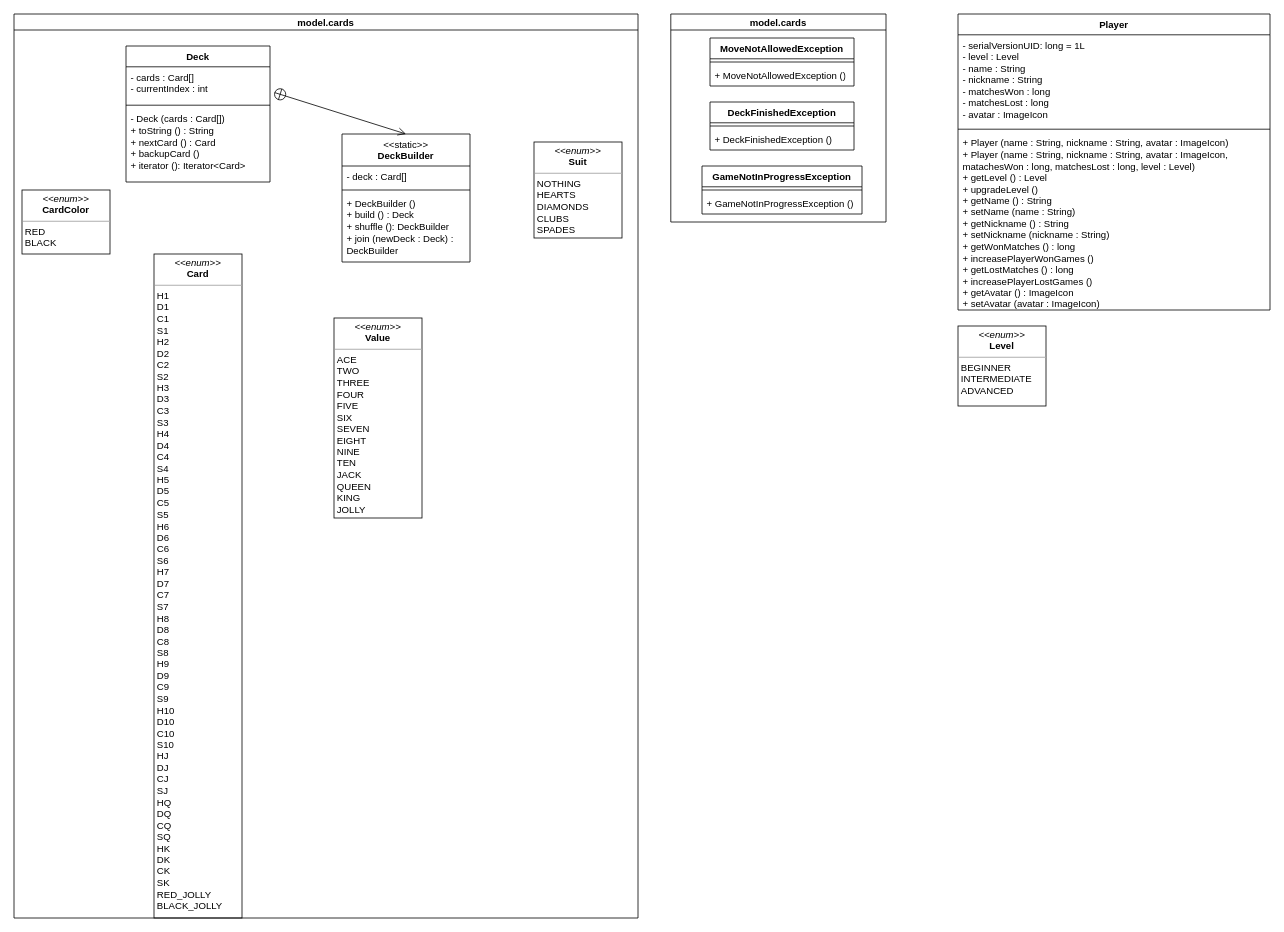
TommasoBruni/JTrash keeps this draw.io diagram as page "Model" (3 of 3) of JTrash.drawio. Above is the earlier version. Source tidied: cells renumbered, new cells numbered last; positions are measured from the earlier drawing's top-left corner, leaving out a move shared by most shapes. Both pictures are drawn from the tidied source at 80%, with x=0, y=0 at pixel (14, 14).
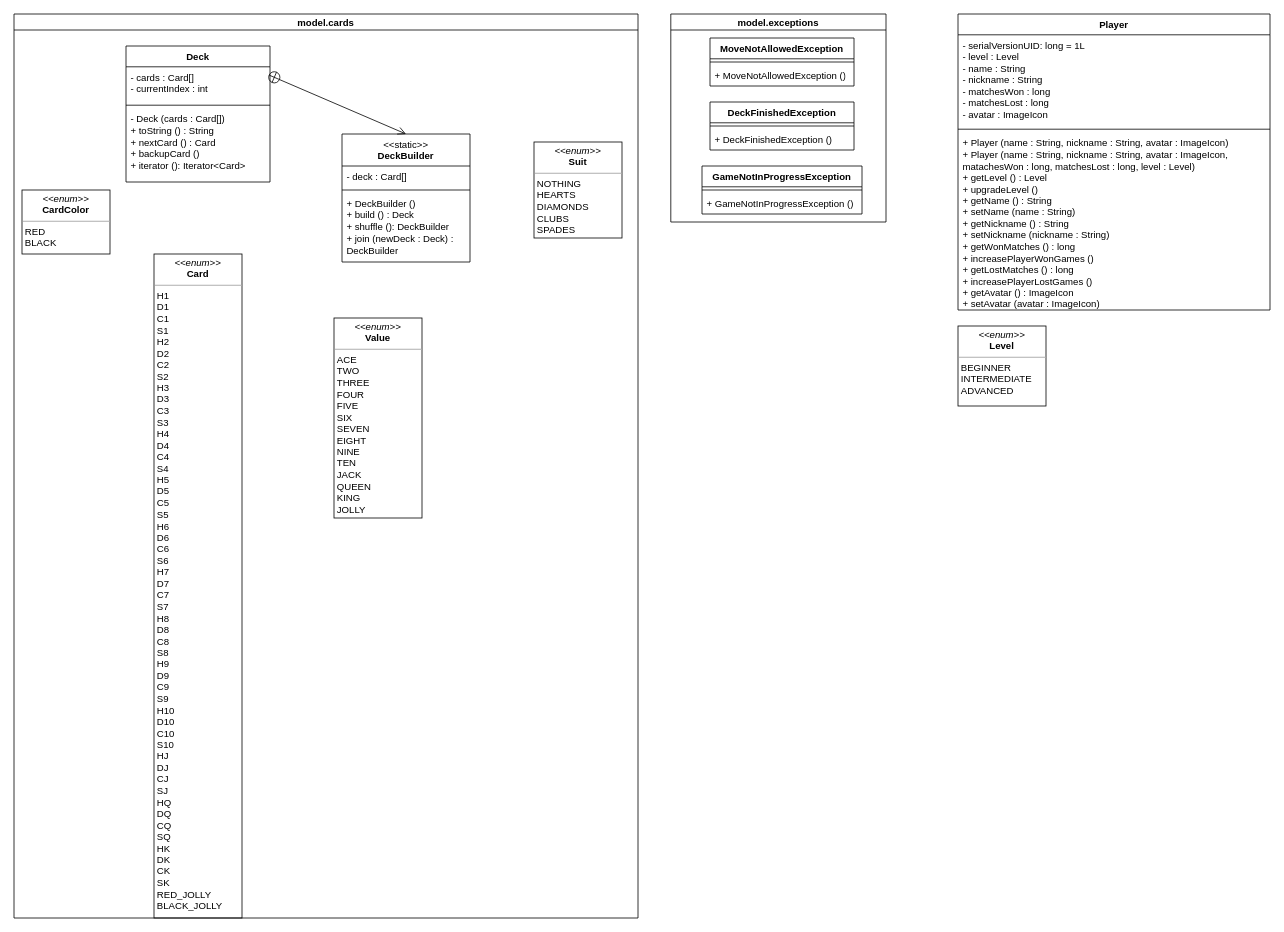
Above is the later version.

The change refers to these unchanged cells:
```xml
<mxCell id="3" value="- cards : Card[]&lt;br&gt;- currentIndex : int" style="text;strokeColor=none;fillColor=none;align=left;verticalAlign=top;spacingLeft=4;spacingRight=4;overflow=hidden;points=[[0,0.5],[1,0.5]];portConstraint=eastwest;whiteSpace=wrap;html=1;" parent="2" vertex="1">
  <mxGeometry y="26" width="180" height="44" as="geometry" />
</mxCell>
<mxCell id="6" value="&lt;span style=&quot;font-weight: normal;&quot;&gt;&amp;lt;&amp;lt;static&amp;gt;&amp;gt;&lt;br&gt;&lt;/span&gt;DeckBuilder" style="swimlane;fontStyle=1;align=center;verticalAlign=top;horizontal=1;startSize=40;whiteSpace=wrap;html=1;" parent="1" vertex="1">
  <mxGeometry x="410" y="150" width="160" height="160" as="geometry" />
</mxCell>
```

Diff of the diagram source:
```diff
@@
-    <mxCell id="10" style="endArrow=open;startArrow=circlePlus;endFill=0;startFill=0;endSize=8;html=1;rounded=0;exitX=1.028;exitY=0.727;exitDx=0;exitDy=0;exitPerimeter=0;entryX=0.5;entryY=0;entryDx=0;entryDy=0;" parent="1" edge="1" source="3" target="6">
+    <mxCell id="10" style="endArrow=open;startArrow=circlePlus;endFill=0;startFill=0;endSize=8;html=1;rounded=0;exitX=0.989;exitY=0.227;exitDx=0;exitDy=0;exitPerimeter=0;entryX=0.5;entryY=0;entryDx=0;entryDy=0;" parent="1" edge="1" source="3" target="6">
       <mxGeometry relative="1" as="geometry" />
     </mxCell>
@@
-    <mxCell id="25" value="model.cards" style="swimlane;startSize=20;horizontal=1;containerType=tree;" parent="1" vertex="1">
+    <mxCell id="25" value="model.exceptions" style="swimlane;startSize=20;horizontal=1;containerType=tree;" parent="1" vertex="1">
       <mxGeometry x="821" width="269" height="260" as="geometry" />
     </mxCell>
```
